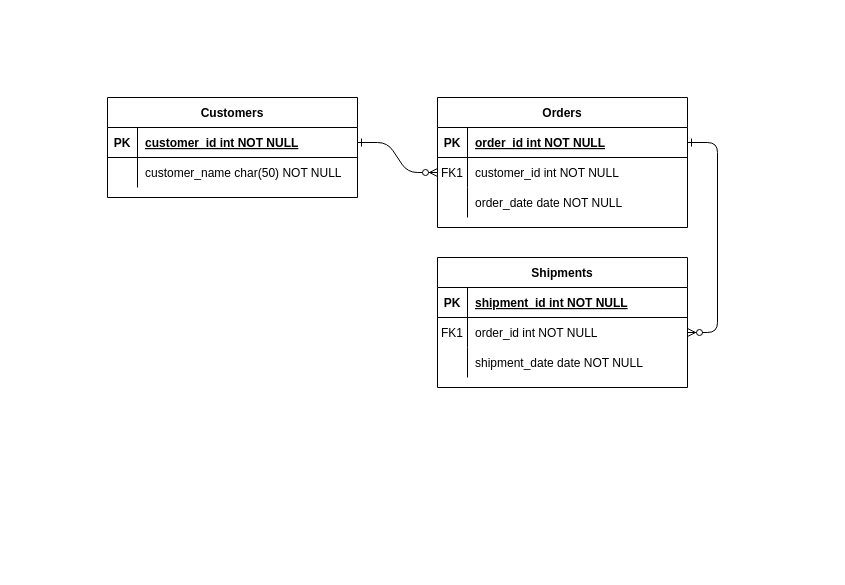
This is eer.drawio from oktvindh/Tugas, a draw.io file, before an edit. Source tidied: cells renumbered, new cells numbered last; positions are measured from the earlier drawing's top-left corner, leaving out a move shared by most shapes. Both pictures are drawn from the tidied source at 100%, with x=0, y=0 at pixel (107, 97).
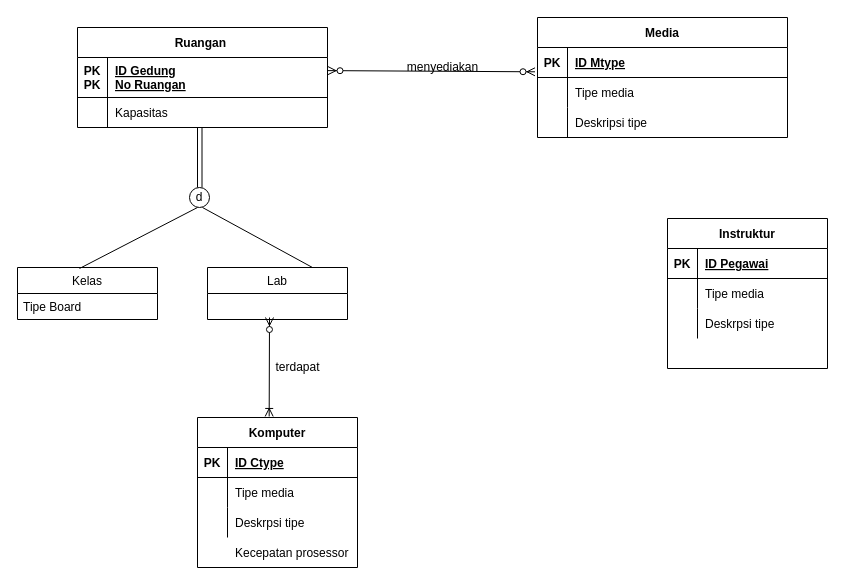
The same page after the edit.

The change refers to these unchanged cells:
```xml
<mxCell id="5" style="shape=partialRectangle;fillColor=none;points=[[0,0.5],[1,0.5]];portConstraint=eastwest;top=0;left=0;right=0;bottom=1;" parent="4" vertex="1">
  <mxGeometry y="30" width="250" height="30" as="geometry" />
</mxCell>
<mxCell id="8" style="shape=partialRectangle;fillColor=none;points=[[0,0.5],[1,0.5]];portConstraint=eastwest;top=0;left=0;right=0;bottom=0;" parent="4" vertex="1">
  <mxGeometry y="60" width="250" height="30" as="geometry" />
</mxCell>
<mxCell id="11" style="shape=partialRectangle;fillColor=none;top=0;left=0;right=0;bottom=0;" parent="4" vertex="1">
  <mxGeometry y="90" width="250" height="30" as="geometry" />
</mxCell>
```

The edit, as a diff of the source:
```diff
@@
-    <mxCell id="2" style="edgeStyle=entityRelationEdgeStyle;endArrow=ERzeroToMany;startArrow=ERone;endFill=1;startFill=0;" parent="1" edge="1" source="25" target="8">
-      <mxGeometry relative="1" as="geometry" />
-    </mxCell>
-    <mxCell id="3" style="edgeStyle=entityRelationEdgeStyle;endArrow=ERzeroToMany;startArrow=ERone;endFill=1;startFill=0;" parent="1" edge="1" source="5" target="18">
-      <mxGeometry relative="1" as="geometry" />
-    </mxCell>
-    <mxCell id="4" value="Orders" style="shape=table;startSize=30;childLayout=tableLayout;rowLines=0;fontStyle=1;align=center;" parent="1" vertex="1">
-      <mxGeometry x="330" width="250" height="130" as="geometry" />
+    <mxCell id="4" value="Media" style="shape=table;startSize=30;childLayout=tableLayout;rowLines=0;fontStyle=1;align=center;" parent="1" vertex="1">
+      <mxGeometry x="430" y="-80" width="250" height="120" as="geometry" />
     </mxCell>
@@
-    <mxCell id="7" value="order_id int NOT NULL " style="shape=partialRectangle;overflow=hidden;fillColor=none;top=0;left=0;bottom=0;right=0;align=left;spacingLeft=6;fontStyle=5;" parent="5" vertex="1">
+    <mxCell id="7" value="ID Mtype" style="shape=partialRectangle;overflow=hidden;fillColor=none;top=0;left=0;bottom=0;right=0;align=left;spacingLeft=6;fontStyle=5;" parent="5" vertex="1">
       <mxGeometry x="30" width="220" height="30" as="geometry" />
     </mxCell>
@@
-    <mxCell id="9" value="FK1" style="shape=partialRectangle;overflow=hidden;fillColor=none;top=0;left=0;bottom=0;right=0;" parent="8" vertex="1">
+    <mxCell id="9" style="shape=partialRectangle;overflow=hidden;fillColor=none;top=0;left=0;bottom=0;right=0;" parent="8" vertex="1">
       <mxGeometry width="30" height="30" as="geometry" />
     </mxCell>
-    <mxCell id="10" value="customer_id int NOT NULL" style="shape=partialRectangle;overflow=hidden;fillColor=none;top=0;left=0;bottom=0;right=0;align=left;spacingLeft=6;" parent="8" vertex="1">
+    <mxCell id="10" value="Tipe media" style="shape=partialRectangle;overflow=hidden;fillColor=none;top=0;left=0;bottom=0;right=0;align=left;spacingLeft=6;" parent="8" vertex="1">
       <mxGeometry x="30" width="220" height="30" as="geometry" />
     </mxCell>
@@
-    <mxCell id="13" value="order_date date NOT NULL" style="shape=partialRectangle;overflow=hidden;fillColor=none;top=0;left=0;bottom=0;right=0;align=left;spacingLeft=6;" parent="11" vertex="1">
+    <mxCell id="13" value="Deskripsi tipe" style="shape=partialRectangle;overflow=hidden;fillColor=none;top=0;left=0;bottom=0;right=0;align=left;spacingLeft=6;" parent="11" vertex="1">
       <mxGeometry x="30" width="220" height="30" as="geometry" />
     </mxCell>
-    <mxCell id="14" value="Shipments" style="shape=table;startSize=30;childLayout=tableLayout;rowLines=0;fontStyle=1;align=center;" parent="1" vertex="1">
-      <mxGeometry x="330" y="160" width="250" height="130" as="geometry" />
+    <mxCell id="14" value="Komputer" style="shape=table;startSize=30;childLayout=tableLayout;rowLines=0;fontStyle=1;align=center;" parent="1" vertex="1">
+      <mxGeometry x="90" y="320" width="160" height="150" as="geometry" />
     </mxCell>
     <mxCell id="15" style="shape=partialRectangle;fillColor=none;top=0;left=0;right=0;bottom=1;" parent="14" vertex="1">
-      <mxGeometry y="30" width="250" height="30" as="geometry" />
+      <mxGeometry y="30" width="160" height="30" as="geometry" />
     </mxCell>
@@
-    <mxCell id="17" value="shipment_id int NOT NULL " style="shape=partialRectangle;overflow=hidden;fillColor=none;top=0;left=0;bottom=0;right=0;align=left;spacingLeft=6;fontStyle=5;" parent="15" vertex="1">
-      <mxGeometry x="30" width="220" height="30" as="geometry" />
+    <mxCell id="17" value="ID Ctype" style="shape=partialRectangle;overflow=hidden;fillColor=none;top=0;left=0;bottom=0;right=0;align=left;spacingLeft=6;fontStyle=5;" parent="15" vertex="1">
+      <mxGeometry x="30" width="130" height="30" as="geometry" />
     </mxCell>
     <mxCell id="18" style="shape=partialRectangle;fillColor=none;points=[[0,0.5],[1,0.5]];portConstraint=eastwest;top=0;left=0;right=0;bottom=0;" parent="14" vertex="1">
-      <mxGeometry y="60" width="250" height="30" as="geometry" />
+      <mxGeometry y="60" width="160" height="30" as="geometry" />
     </mxCell>
-    <mxCell id="19" value="FK1" style="shape=partialRectangle;overflow=hidden;fillColor=none;top=0;left=0;bottom=0;right=0;" parent="18" vertex="1">
+    <mxCell id="19" style="shape=partialRectangle;overflow=hidden;fillColor=none;top=0;left=0;bottom=0;right=0;" parent="18" vertex="1">
       <mxGeometry width="30" height="30" as="geometry" />
     </mxCell>
-    <mxCell id="20" value="order_id int NOT NULL" style="shape=partialRectangle;overflow=hidden;fillColor=none;top=0;left=0;bottom=0;right=0;align=left;spacingLeft=6;" parent="18" vertex="1">
-      <mxGeometry x="30" width="220" height="30" as="geometry" />
+    <mxCell id="20" value="Tipe media" style="shape=partialRectangle;overflow=hidden;fillColor=none;top=0;left=0;bottom=0;right=0;align=left;spacingLeft=6;" parent="18" vertex="1">
+      <mxGeometry x="30" width="130" height="30" as="geometry" />
     </mxCell>
     <mxCell id="21" style="shape=partialRectangle;fillColor=none;top=0;left=0;right=0;bottom=0;" parent="14" vertex="1">
-      <mxGeometry y="90" width="250" height="30" as="geometry" />
+      <mxGeometry y="90" width="160" height="30" as="geometry" />
     </mxCell>
@@
-    <mxCell id="23" value="shipment_date date NOT NULL" style="shape=partialRectangle;overflow=hidden;fillColor=none;top=0;left=0;bottom=0;right=0;align=left;spacingLeft=6;" parent="21" vertex="1">
-      <mxGeometry x="30" width="220" height="30" as="geometry" />
+    <mxCell id="23" value="Deskrpsi tipe" style="shape=partialRectangle;overflow=hidden;fillColor=none;top=0;left=0;bottom=0;right=0;align=left;spacingLeft=6;" parent="21" vertex="1">
+      <mxGeometry x="30" width="130" height="30" as="geometry" />
     </mxCell>
-    <mxCell id="24" value="Customers" style="shape=table;startSize=30;childLayout=tableLayout;rowLines=0;fontStyle=1;align=center;" parent="1" vertex="1">
-      <mxGeometry width="250" height="100" as="geometry" />
+    <mxCell id="24" value="Ruangan " style="shape=table;startSize=30;childLayout=tableLayout;rowLines=0;fontStyle=1;align=center;" parent="1" vertex="1">
+      <mxGeometry x="-30" y="-70" width="250" height="100" as="geometry" />
     </mxCell>
     <mxCell id="25" style="shape=partialRectangle;fillColor=none;points=[[0,0.5],[1,0.5]];portConstraint=eastwest;top=0;left=0;right=0;bottom=1;" parent="24" vertex="1">
-      <mxGeometry y="30" width="250" height="30" as="geometry" />
+      <mxGeometry y="30" width="250" height="40" as="geometry" />
     </mxCell>
-    <mxCell id="26" value="PK" style="shape=partialRectangle;overflow=hidden;fillColor=none;top=0;left=0;bottom=0;right=0;fontStyle=1;" parent="25" vertex="1">
-      <mxGeometry width="30" height="30" as="geometry" />
+    <mxCell id="26" value="PK&#10;PK" style="shape=partialRectangle;overflow=hidden;fillColor=none;top=0;left=0;bottom=0;right=0;fontStyle=1;" parent="25" vertex="1">
+      <mxGeometry width="30" height="40" as="geometry" />
     </mxCell>
-    <mxCell id="27" value="customer_id int NOT NULL " style="shape=partialRectangle;overflow=hidden;fillColor=none;top=0;left=0;bottom=0;right=0;align=left;spacingLeft=6;fontStyle=5;" parent="25" vertex="1">
-      <mxGeometry x="30" width="220" height="30" as="geometry" />
+    <mxCell id="27" value="ID Gedung&#10;No Ruangan" style="shape=partialRectangle;overflow=hidden;fillColor=none;top=0;left=0;bottom=0;right=0;align=left;spacingLeft=6;fontStyle=5;" parent="25" vertex="1">
+      <mxGeometry x="30" width="220" height="40" as="geometry" />
     </mxCell>
     <mxCell id="28" style="shape=partialRectangle;fillColor=none;top=0;left=0;right=0;bottom=0;" parent="24" vertex="1">
-      <mxGeometry y="60" width="250" height="30" as="geometry" />
+      <mxGeometry y="70" width="250" height="30" as="geometry" />
     </mxCell>
@@
-    <mxCell id="30" value="customer_name char(50) NOT NULL" style="shape=partialRectangle;overflow=hidden;fillColor=none;top=0;left=0;bottom=0;right=0;align=left;spacingLeft=6;" parent="28" vertex="1">
+    <mxCell id="30" value="Kapasitas" style="shape=partialRectangle;overflow=hidden;fillColor=none;top=0;left=0;bottom=0;right=0;align=left;spacingLeft=6;" parent="28" vertex="1">
       <mxGeometry x="30" width="220" height="30" as="geometry" />
     </mxCell>
+    <mxCell id="31" style="endArrow=none;html=1;strokeWidth=1;" parent="1" edge="1">
+      <mxGeometry relative="1" as="geometry">
+        <mxPoint x="90" y="90" as="sourcePoint" />
+        <mxPoint x="90" y="30" as="targetPoint" />
+      </mxGeometry>
+    </mxCell>
+    <mxCell id="32" style="endArrow=none;html=1;strokeWidth=1;" parent="1" edge="1">
+      <mxGeometry relative="1" as="geometry">
+        <mxPoint x="94.5" y="90" as="sourcePoint" />
+        <mxPoint x="94.5" y="30" as="targetPoint" />
+      </mxGeometry>
+    </mxCell>
+    <mxCell id="33" value="Kelas" style="swimlane;fontStyle=0;horizontal=1;startSize=26;" parent="1" vertex="1">
+      <mxGeometry x="-90" y="170" width="140" height="52" as="geometry" />
+    </mxCell>
+    <mxCell id="34" value="Tipe Board" style="text;strokeColor=none;fillColor=none;align=left;verticalAlign=top;spacingLeft=4;spacingRight=4;overflow=hidden;" parent="33" vertex="1">
+      <mxGeometry y="26" width="140" height="26" as="geometry" />
+    </mxCell>
+    <mxCell id="35" value="Lab" style="swimlane;fontStyle=0;horizontal=1;startSize=26;" parent="1" vertex="1">
+      <mxGeometry x="100" y="170" width="140" height="52" as="geometry" />
+    </mxCell>
+    <mxCell id="36" value="d" style="ellipse;whiteSpace=wrap;html=1;" parent="1" vertex="1">
+      <mxGeometry x="82" y="90" width="20" height="20" as="geometry" />
+    </mxCell>
+    <mxCell id="37" style="endArrow=none;html=1;strokeWidth=1;exitX=0.443;exitY=0.019;exitDx=0;exitDy=0;exitPerimeter=0;" parent="1" edge="1" source="33">
+      <mxGeometry relative="1" as="geometry">
+        <mxPoint x="90" y="110" as="targetPoint" />
+      </mxGeometry>
+    </mxCell>
+    <mxCell id="38" style="endArrow=none;html=1;strokeWidth=1;exitX=0.75;exitY=0;exitDx=0;exitDy=0;" parent="1" edge="1" source="35">
+      <mxGeometry relative="1" as="geometry">
+        <mxPoint x="95" y="110" as="targetPoint" />
+      </mxGeometry>
+    </mxCell>
+    <mxCell id="39" style="shape=partialRectangle;fillColor=none;top=0;left=0;right=0;bottom=0;" parent="1" vertex="1">
+      <mxGeometry x="90" y="440" width="160" height="30" as="geometry" />
+    </mxCell>
+    <mxCell id="40" style="shape=partialRectangle;overflow=hidden;fillColor=none;top=0;left=0;bottom=0;right=0;" parent="39" vertex="1">
+      <mxGeometry width="30" height="30" as="geometry" />
+    </mxCell>
+    <mxCell id="41" value="Kecepatan prosessor" style="shape=partialRectangle;overflow=hidden;fillColor=none;top=0;left=0;bottom=0;right=0;align=left;spacingLeft=6;" parent="39" vertex="1">
+      <mxGeometry x="30" width="130" height="30" as="geometry" />
+    </mxCell>
+    <mxCell id="42" style="fontSize=12;html=1;endArrow=ERoneToMany;startArrow=ERzeroToMany;strokeWidth=1;entryX=0.448;entryY=-0.007;entryDx=0;entryDy=0;entryPerimeter=0;" parent="1" edge="1" target="14">
+      <mxGeometry relative="1" as="geometry">
+        <mxPoint x="162" y="220" as="sourcePoint" />
+      </mxGeometry>
+    </mxCell>
+    <mxCell id="43" value="terdapat" style="text;html=1;align=center;verticalAlign=middle;strokeColor=none;fillColor=none;" parent="1" vertex="1">
+      <mxGeometry x="160" y="260" width="60" height="20" as="geometry" />
+    </mxCell>
+    <mxCell id="44" style="fontSize=12;html=1;endArrow=ERzeroToMany;endFill=1;startArrow=ERzeroToMany;strokeWidth=1;exitX=1.002;exitY=0.328;exitDx=0;exitDy=0;entryX=-0.01;entryY=0.81;entryDx=0;entryDy=0;exitPerimeter=0;entryPerimeter=0;" parent="1" edge="1" source="25" target="5">
+      <mxGeometry relative="1" as="geometry" />
+    </mxCell>
+    <mxCell id="45" value="menyediakan" style="text;html=1;align=center;verticalAlign=middle;strokeColor=none;fillColor=none;" parent="1" vertex="1">
+      <mxGeometry x="290" y="-40" width="90" height="20" as="geometry" />
+    </mxCell>
+    <mxCell id="46" value="Instruktur" style="shape=table;startSize=30;childLayout=tableLayout;rowLines=0;fontStyle=1;align=center;" parent="1" vertex="1">
+      <mxGeometry x="560" y="121" width="160" height="150" as="geometry" />
+    </mxCell>
+    <mxCell id="47" style="shape=partialRectangle;fillColor=none;top=0;left=0;right=0;bottom=1;" parent="46" vertex="1">
+      <mxGeometry y="30" width="160" height="30" as="geometry" />
+    </mxCell>
+    <mxCell id="48" value="PK" style="shape=partialRectangle;overflow=hidden;fillColor=none;top=0;left=0;bottom=0;right=0;fontStyle=1;" parent="47" vertex="1">
+      <mxGeometry width="30" height="30" as="geometry" />
+    </mxCell>
+    <mxCell id="49" value="ID Pegawai" style="shape=partialRectangle;overflow=hidden;fillColor=none;top=0;left=0;bottom=0;right=0;align=left;spacingLeft=6;fontStyle=5;" parent="47" vertex="1">
+      <mxGeometry x="30" width="130" height="30" as="geometry" />
+    </mxCell>
+    <mxCell id="50" style="shape=partialRectangle;fillColor=none;top=0;left=0;right=0;bottom=0;" parent="46" vertex="1">
+      <mxGeometry y="60" width="160" height="30" as="geometry" />
+    </mxCell>
+    <mxCell id="51" style="shape=partialRectangle;overflow=hidden;fillColor=none;top=0;left=0;bottom=0;right=0;" parent="50" vertex="1">
+      <mxGeometry width="30" height="30" as="geometry" />
+    </mxCell>
+    <mxCell id="52" value="Tipe media" style="shape=partialRectangle;overflow=hidden;fillColor=none;top=0;left=0;bottom=0;right=0;align=left;spacingLeft=6;" parent="50" vertex="1">
+      <mxGeometry x="30" width="130" height="30" as="geometry" />
+    </mxCell>
+    <mxCell id="53" style="shape=partialRectangle;fillColor=none;top=0;left=0;right=0;bottom=0;" parent="46" vertex="1">
+      <mxGeometry y="90" width="160" height="30" as="geometry" />
+    </mxCell>
+    <mxCell id="54" style="shape=partialRectangle;overflow=hidden;fillColor=none;top=0;left=0;bottom=0;right=0;" parent="53" vertex="1">
+      <mxGeometry width="30" height="30" as="geometry" />
+    </mxCell>
+    <mxCell id="55" value="Deskrpsi tipe" style="shape=partialRectangle;overflow=hidden;fillColor=none;top=0;left=0;bottom=0;right=0;align=left;spacingLeft=6;" parent="53" vertex="1">
+      <mxGeometry x="30" width="130" height="30" as="geometry" />
+    </mxCell>
```
